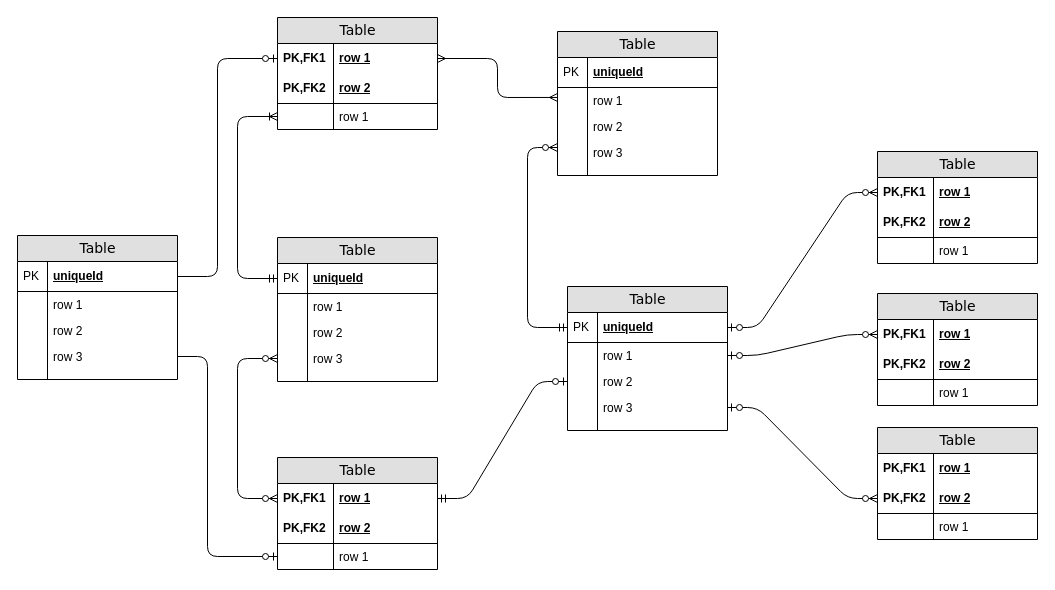
Earlier version of the draw.io diagram Entity relation stationary.drawio (Djaiber/Database-Basis). Source tidied: cells renumbered, new cells numbered last; positions are measured from the earlier drawing's top-left corner, leaving out a move shared by most shapes. Both pictures are drawn from the tidied source at 100%, with x=0, y=0 at pixel (17, 17).
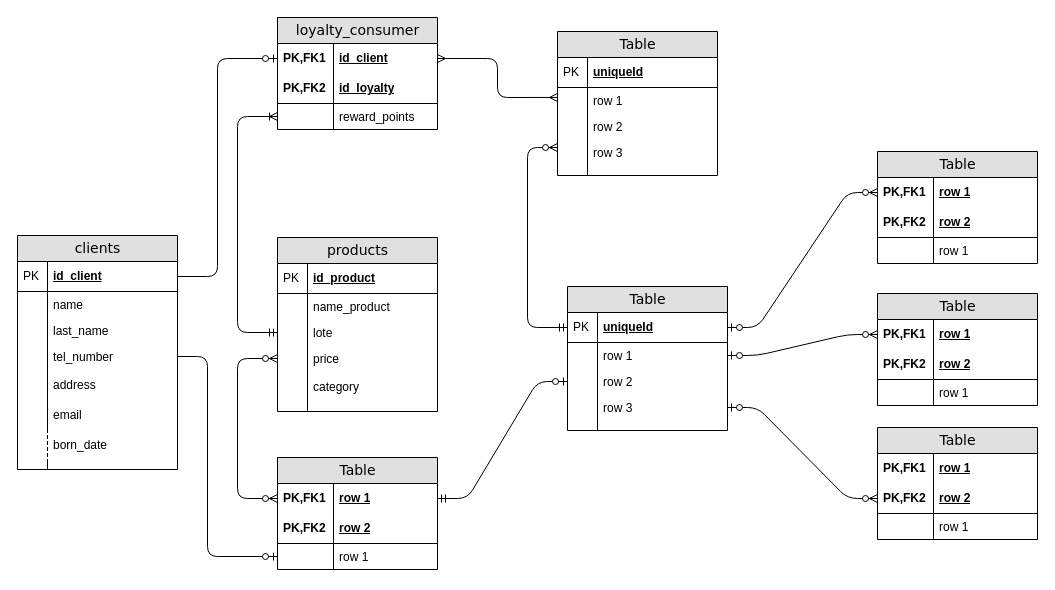
The same page after the edit.

The edit, as a diff of the source:
```diff
@@
-    <mxCell id="2" value="Table" style="swimlane;html=1;fontStyle=0;horizontal=1;startSize=26;fillColor=#e0e0e0;swimlaneFillColor=#ffffff;align=center;rounded=0;shadow=0;comic=0;labelBackgroundColor=none;strokeWidth=1;fontFamily=Verdana;fontSize=14;" parent="1" vertex="1">
+    <mxCell id="2" value="loyalty_consumer" style="swimlane;html=1;fontStyle=0;horizontal=1;startSize=26;fillColor=#e0e0e0;swimlaneFillColor=#ffffff;align=center;rounded=0;shadow=0;comic=0;labelBackgroundColor=none;strokeWidth=1;fontFamily=Verdana;fontSize=14;" parent="1" vertex="1">
       <mxGeometry x="260" width="160" height="112" as="geometry" />
     </mxCell>
-    <mxCell id="3" value="row 1" style="shape=partialRectangle;top=0;left=0;right=0;bottom=0;html=1;align=left;verticalAlign=middle;fillColor=none;spacingLeft=60;spacingRight=4;whiteSpace=wrap;overflow=hidden;points=[[0,0.5],[1,0.5]];portConstraint=eastwest;fontStyle=5;" parent="2" vertex="1">
+    <mxCell id="3" value="id_client" style="shape=partialRectangle;top=0;left=0;right=0;bottom=0;html=1;align=left;verticalAlign=middle;fillColor=none;spacingLeft=60;spacingRight=4;whiteSpace=wrap;overflow=hidden;points=[[0,0.5],[1,0.5]];portConstraint=eastwest;fontStyle=5;" parent="2" vertex="1">
       <mxGeometry y="26" width="160" height="30" as="geometry" />
     </mxCell>
@@
-    <mxCell id="5" value="row 2" style="shape=partialRectangle;top=0;left=0;right=0;bottom=1;html=1;align=left;verticalAlign=middle;fillColor=none;spacingLeft=60;spacingRight=4;whiteSpace=wrap;overflow=hidden;fontStyle=5;" parent="2" vertex="1">
+    <mxCell id="5" value="id_loyalty" style="shape=partialRectangle;top=0;left=0;right=0;bottom=1;html=1;align=left;verticalAlign=middle;fillColor=none;spacingLeft=60;spacingRight=4;whiteSpace=wrap;overflow=hidden;fontStyle=5;" parent="2" vertex="1">
       <mxGeometry y="56" width="160" height="30" as="geometry" />
     </mxCell>
@@
-    <mxCell id="7" value="row 1" style="shape=partialRectangle;top=0;left=0;right=0;bottom=0;html=1;align=left;verticalAlign=top;fillColor=none;spacingLeft=60;spacingRight=4;whiteSpace=wrap;overflow=hidden;points=[[0,0.5],[1,0.5]];portConstraint=eastwest;" parent="2" vertex="1">
+    <mxCell id="7" value="reward_points" style="shape=partialRectangle;top=0;left=0;right=0;bottom=0;html=1;align=left;verticalAlign=top;fillColor=none;spacingLeft=60;spacingRight=4;whiteSpace=wrap;overflow=hidden;points=[[0,0.5],[1,0.5]];portConstraint=eastwest;" parent="2" vertex="1">
       <mxGeometry y="86" width="160" height="26" as="geometry" />
     </mxCell>
@@
-    <mxCell id="20" value="Table" style="swimlane;html=1;fontStyle=0;horizontal=1;startSize=26;fillColor=#e0e0e0;swimlaneFillColor=#ffffff;align=center;rounded=0;shadow=0;comic=0;labelBackgroundColor=none;strokeWidth=1;fontFamily=Verdana;fontSize=14;" parent="1" vertex="1">
-      <mxGeometry x="260" y="220" width="160" height="144" as="geometry" />
+    <mxCell id="20" value="products" style="swimlane;html=1;fontStyle=0;horizontal=1;startSize=26;fillColor=#e0e0e0;swimlaneFillColor=#ffffff;align=center;rounded=0;shadow=0;comic=0;labelBackgroundColor=none;strokeWidth=1;fontFamily=Verdana;fontSize=14;" parent="1" vertex="1">
+      <mxGeometry x="260" y="220" width="160" height="174" as="geometry" />
     </mxCell>
-    <mxCell id="21" value="uniqueId" style="shape=partialRectangle;top=0;left=0;right=0;bottom=1;html=1;align=left;verticalAlign=middle;fillColor=none;spacingLeft=34;spacingRight=4;whiteSpace=wrap;overflow=hidden;points=[[0,0.5],[1,0.5]];portConstraint=eastwest;fontStyle=5;" parent="20" vertex="1">
+    <mxCell id="21" value="id_product" style="shape=partialRectangle;top=0;left=0;right=0;bottom=1;html=1;align=left;verticalAlign=middle;fillColor=none;spacingLeft=34;spacingRight=4;whiteSpace=wrap;overflow=hidden;points=[[0,0.5],[1,0.5]];portConstraint=eastwest;fontStyle=5;" parent="20" vertex="1">
       <mxGeometry y="26" width="160" height="30" as="geometry" />
     </mxCell>
@@
-    <mxCell id="23" value="row 1" style="shape=partialRectangle;top=0;left=0;right=0;bottom=0;html=1;align=left;verticalAlign=top;fillColor=none;spacingLeft=34;spacingRight=4;whiteSpace=wrap;overflow=hidden;" parent="20" vertex="1">
+    <mxCell id="23" value="name_product" style="shape=partialRectangle;top=0;left=0;right=0;bottom=0;html=1;align=left;verticalAlign=top;fillColor=none;spacingLeft=34;spacingRight=4;whiteSpace=wrap;overflow=hidden;" parent="20" vertex="1">
       <mxGeometry y="56" width="160" height="26" as="geometry" />
     </mxCell>
@@
-    <mxCell id="25" value="row 2" style="shape=partialRectangle;top=0;left=0;right=0;bottom=0;html=1;align=left;verticalAlign=top;fillColor=none;spacingLeft=34;spacingRight=4;whiteSpace=wrap;overflow=hidden;points=[[0,0.5],[1,0.5]];portConstraint=eastwest;" parent="20" vertex="1">
+    <mxCell id="25" value="lote" style="shape=partialRectangle;top=0;left=0;right=0;bottom=0;html=1;align=left;verticalAlign=top;fillColor=none;spacingLeft=34;spacingRight=4;whiteSpace=wrap;overflow=hidden;points=[[0,0.5],[1,0.5]];portConstraint=eastwest;" parent="20" vertex="1">
       <mxGeometry y="82" width="160" height="26" as="geometry" />
     </mxCell>
@@
-    <mxCell id="27" value="row 3" style="shape=partialRectangle;top=0;left=0;right=0;bottom=0;html=1;align=left;verticalAlign=top;fillColor=none;spacingLeft=34;spacingRight=4;whiteSpace=wrap;overflow=hidden;points=[[0,0.5],[1,0.5]];portConstraint=eastwest;" parent="20" vertex="1">
+    <mxCell id="27" value="price" style="shape=partialRectangle;top=0;left=0;right=0;bottom=0;html=1;align=left;verticalAlign=top;fillColor=none;spacingLeft=34;spacingRight=4;whiteSpace=wrap;overflow=hidden;points=[[0,0.5],[1,0.5]];portConstraint=eastwest;" parent="20" vertex="1">
       <mxGeometry y="108" width="160" height="26" as="geometry" />
     </mxCell>
@@
+    <mxCell id="91" value="category" style="shape=partialRectangle;fillColor=none;align=left;verticalAlign=middle;strokeColor=none;spacingLeft=34;" parent="20" vertex="1">
+      <mxGeometry y="134" width="160" height="30" as="geometry" />
+    </mxCell>
+    <mxCell id="92" style="shape=partialRectangle;top=0;left=0;bottom=0;fillColor=none;stokeWidth=1;align=left;verticalAlign=middle;spacingLeft=4;spacingRight=4;overflow=hidden;" parent="91" vertex="1">
+      <mxGeometry width="30" height="30" as="geometry" />
+    </mxCell>
     <mxCell id="29" style="shape=partialRectangle;top=0;left=0;right=0;bottom=0;html=1;align=left;verticalAlign=top;fillColor=none;spacingLeft=34;spacingRight=4;whiteSpace=wrap;overflow=hidden;" parent="20" vertex="1">
-      <mxGeometry y="134" width="160" height="10" as="geometry" />
+      <mxGeometry y="164" width="160" height="10" as="geometry" />
     </mxCell>
@@
-    <mxCell id="56" style="edgeStyle=orthogonalEdgeStyle;html=1;endArrow=ERoneToMany;startArrow=ERmandOne;labelBackgroundColor=none;fontFamily=Verdana;fontSize=14;entryX=0;entryY=0.5;exitX=0;exitY=0.5;" parent="1" edge="1" source="21" target="7">
+    <mxCell id="56" style="edgeStyle=orthogonalEdgeStyle;html=1;endArrow=ERoneToMany;startArrow=ERmandOne;labelBackgroundColor=none;fontFamily=Verdana;fontSize=14;entryX=0;entryY=0.5;exitX=0;exitY=0.5;exitDx=0;exitDy=0;" parent="1" edge="1" source="25" target="7">
       <mxGeometry relative="1" as="geometry">
         <Array as="points">
-          <mxPoint x="220" y="261" />
+          <mxPoint x="220" y="315" />
           <mxPoint x="220" y="99" />
         </Array>
       </mxGeometry>
     </mxCell>
@@
-    <mxCell id="78" value="Table" style="swimlane;html=1;fontStyle=0;horizontal=1;startSize=26;fillColor=#e0e0e0;swimlaneFillColor=#ffffff;align=center;rounded=0;shadow=0;comic=0;labelBackgroundColor=none;strokeWidth=1;fontFamily=Verdana;fontSize=14;" parent="1" vertex="1">
-      <mxGeometry y="218" width="160" height="144" as="geometry" />
+    <mxCell id="78" value="clients" style="swimlane;html=1;fontStyle=0;horizontal=1;startSize=26;fillColor=#e0e0e0;swimlaneFillColor=#ffffff;align=center;rounded=0;shadow=0;comic=0;labelBackgroundColor=none;strokeWidth=1;fontFamily=Verdana;fontSize=14;" parent="1" vertex="1">
+      <mxGeometry y="218" width="160" height="234" as="geometry" />
     </mxCell>
-    <mxCell id="79" value="uniqueId" style="shape=partialRectangle;top=0;left=0;right=0;bottom=1;html=1;align=left;verticalAlign=middle;fillColor=none;spacingLeft=34;spacingRight=4;whiteSpace=wrap;overflow=hidden;points=[[0,0.5],[1,0.5]];portConstraint=eastwest;fontStyle=5;" parent="78" vertex="1">
+    <mxCell id="79" value="id_client" style="shape=partialRectangle;top=0;left=0;right=0;bottom=1;html=1;align=left;verticalAlign=middle;fillColor=none;spacingLeft=34;spacingRight=4;whiteSpace=wrap;overflow=hidden;points=[[0,0.5],[1,0.5]];portConstraint=eastwest;fontStyle=5;" parent="78" vertex="1">
       <mxGeometry y="26" width="160" height="30" as="geometry" />
     </mxCell>
@@
-    <mxCell id="81" value="row 1" style="shape=partialRectangle;top=0;left=0;right=0;bottom=0;html=1;align=left;verticalAlign=top;fillColor=none;spacingLeft=34;spacingRight=4;whiteSpace=wrap;overflow=hidden;" parent="78" vertex="1">
+    <mxCell id="81" value="name" style="shape=partialRectangle;top=0;left=0;right=0;bottom=0;html=1;align=left;verticalAlign=top;fillColor=none;spacingLeft=34;spacingRight=4;whiteSpace=wrap;overflow=hidden;" parent="78" vertex="1">
       <mxGeometry y="56" width="160" height="26" as="geometry" />
     </mxCell>
@@
-    <mxCell id="83" value="row 2" style="shape=partialRectangle;top=0;left=0;right=0;bottom=0;html=1;align=left;verticalAlign=top;fillColor=none;spacingLeft=34;spacingRight=4;whiteSpace=wrap;overflow=hidden;" parent="78" vertex="1">
+    <mxCell id="83" value="last_name" style="shape=partialRectangle;top=0;left=0;right=0;bottom=0;html=1;align=left;verticalAlign=top;fillColor=none;spacingLeft=34;spacingRight=4;whiteSpace=wrap;overflow=hidden;" parent="78" vertex="1">
       <mxGeometry y="82" width="160" height="26" as="geometry" />
     </mxCell>
@@
-    <mxCell id="85" value="row 3" style="shape=partialRectangle;top=0;left=0;right=0;bottom=0;html=1;align=left;verticalAlign=top;fillColor=none;spacingLeft=34;spacingRight=4;whiteSpace=wrap;overflow=hidden;points=[[0,0.5],[1,0.5]];portConstraint=eastwest;" parent="78" vertex="1">
+    <mxCell id="85" value="tel_number" style="shape=partialRectangle;top=0;left=0;right=0;bottom=0;html=1;align=left;verticalAlign=top;fillColor=none;spacingLeft=34;spacingRight=4;whiteSpace=wrap;overflow=hidden;points=[[0,0.5],[1,0.5]];portConstraint=eastwest;" parent="78" vertex="1">
       <mxGeometry y="108" width="160" height="26" as="geometry" />
     </mxCell>
@@
+    <mxCell id="93" value="address" style="shape=partialRectangle;fillColor=none;align=left;verticalAlign=middle;strokeColor=none;spacingLeft=34;" parent="78" vertex="1">
+      <mxGeometry y="134" width="160" height="30" as="geometry" />
+    </mxCell>
+    <mxCell id="94" style="shape=partialRectangle;top=0;left=0;bottom=0;fillColor=none;stokeWidth=1;align=left;verticalAlign=middle;spacingLeft=4;spacingRight=4;overflow=hidden;" parent="93" vertex="1">
+      <mxGeometry width="30" height="30" as="geometry" />
+    </mxCell>
+    <mxCell id="95" value="email" style="shape=partialRectangle;fillColor=none;align=left;verticalAlign=middle;strokeColor=none;spacingLeft=34;" parent="78" vertex="1">
+      <mxGeometry y="164" width="160" height="30" as="geometry" />
+    </mxCell>
+    <mxCell id="96" style="shape=partialRectangle;top=0;left=0;bottom=0;fillColor=none;stokeWidth=1;align=left;verticalAlign=middle;spacingLeft=4;spacingRight=4;overflow=hidden;" parent="95" vertex="1">
+      <mxGeometry width="30" height="30" as="geometry" />
+    </mxCell>
+    <mxCell id="97" value="born_date" style="shape=partialRectangle;fillColor=none;align=left;verticalAlign=middle;strokeColor=none;spacingLeft=34;" parent="78" vertex="1">
+      <mxGeometry y="194" width="160" height="30" as="geometry" />
+    </mxCell>
+    <mxCell id="98" style="shape=partialRectangle;top=0;left=0;bottom=0;fillColor=none;stokeWidth=1;dashed=1;align=left;verticalAlign=middle;spacingLeft=4;spacingRight=4;overflow=hidden;" parent="97" vertex="1">
+      <mxGeometry width="30" height="30" as="geometry" />
+    </mxCell>
     <mxCell id="87" style="shape=partialRectangle;top=0;left=0;right=0;bottom=0;html=1;align=left;verticalAlign=top;fillColor=none;spacingLeft=34;spacingRight=4;whiteSpace=wrap;overflow=hidden;" parent="78" vertex="1">
-      <mxGeometry y="134" width="160" height="10" as="geometry" />
+      <mxGeometry y="224" width="160" height="10" as="geometry" />
     </mxCell>
```
